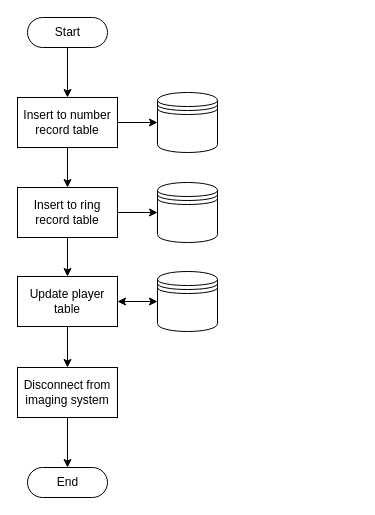
This is page "Finish Game Logic" (14 of 16) of scoring/documentation/Scoring_System_Schematics.drawio from kparlak/dart-scoring-system, a draw.io file, before an edit. Source tidied: cells renumbered, new cells numbered last; positions are measured from the earlier drawing's top-left corner, leaving out a move shared by most shapes. Both pictures are drawn from the tidied source at 100%, with x=0, y=0 at pixel (17, 17).
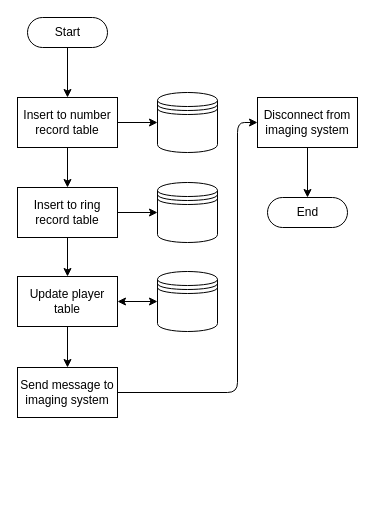
The same page after the edit.

Unchanged cells that the change refers to:
```xml
<mxCell id="16" value="Update player table" style="html=1;dashed=0;whitespace=wrap;whiteSpace=wrap;" parent="1" vertex="1">
  <mxGeometry y="259" width="100" height="50" as="geometry" />
</mxCell>
```

What changed in the source:
```diff
@@
     <mxCell id="4" value="End" style="html=1;dashed=0;whitespace=wrap;shape=mxgraph.dfd.start;" parent="1" vertex="1">
-      <mxGeometry x="10" y="450" width="80" height="30" as="geometry" />
+      <mxGeometry x="250" y="180" width="80" height="30" as="geometry" />
     </mxCell>
@@
-    <mxCell id="15" style="edgeStyle=orthogonalEdgeStyle;rounded=1;jettySize=auto;html=1;exitX=0.5;exitY=1;exitDx=0;exitDy=0;entryX=0.5;entryY=0;entryDx=0;entryDy=0;startArrow=none;startFill=0;" parent="1" edge="1" source="16" target="18">
-      <mxGeometry relative="1" as="geometry" />
-    </mxCell>
+    <mxCell id="19" style="edgeStyle=orthogonalEdgeStyle;rounded=1;jettySize=auto;html=1;exitX=0.5;exitY=1;exitDx=0;exitDy=0;entryX=0.5;entryY=0;entryDx=0;entryDy=0;" parent="1" edge="1" source="16" target="21">
+      <mxGeometry relative="1" as="geometry" />
+    </mxCell>
@@
-    <mxCell id="17" style="edgeStyle=orthogonalEdgeStyle;rounded=1;jettySize=auto;html=1;exitX=0.5;exitY=1;exitDx=0;exitDy=0;entryX=0.5;entryY=0.5;entryDx=0;entryDy=-15;entryPerimeter=0;startArrow=none;startFill=0;" parent="1" edge="1" source="18" target="4">
+    <mxCell id="17" style="edgeStyle=orthogonalEdgeStyle;rounded=1;jettySize=auto;html=1;exitX=0.5;exitY=1;exitDx=0;exitDy=0;entryX=0.5;entryY=0.5;entryDx=0;entryDy=-15;entryPerimeter=0;" parent="1" edge="1" source="18" target="4">
       <mxGeometry relative="1" as="geometry" />
     </mxCell>
     <mxCell id="18" value="Disconnect from imaging system" style="html=1;dashed=0;whitespace=wrap;whiteSpace=wrap;" parent="1" vertex="1">
-      <mxGeometry y="350" width="100" height="50" as="geometry" />
+      <mxGeometry x="240" y="80" width="100" height="50" as="geometry" />
     </mxCell>
+    <mxCell id="20" style="edgeStyle=orthogonalEdgeStyle;rounded=1;jettySize=auto;html=1;exitX=1;exitY=0.5;exitDx=0;exitDy=0;entryX=0;entryY=0.5;entryDx=0;entryDy=0;" parent="1" edge="1" source="21" target="18">
+      <mxGeometry relative="1" as="geometry">
+        <Array as="points">
+          <mxPoint x="220" y="375" />
+          <mxPoint x="220" y="105" />
+        </Array>
+      </mxGeometry>
+    </mxCell>
+    <mxCell id="21" value="Send message to imaging system" style="html=1;dashed=0;whitespace=wrap;whiteSpace=wrap;" parent="1" vertex="1">
+      <mxGeometry y="350" width="100" height="50" as="geometry" />
+    </mxCell>
```
